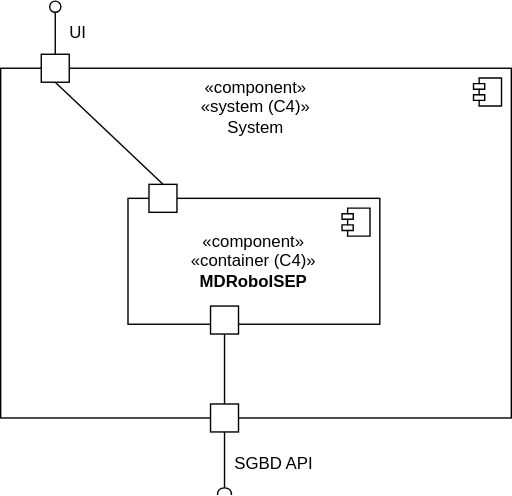
Before: docs/N2/VL.svg, a diagram exported from draw.io (SEM5PI2324G58/sem5pi_g58_23_24). Source tidied: cells renumbered, new cells last; positions are measured from the earlier drawing's top-left corner, leaving out a move shared by most shapes.
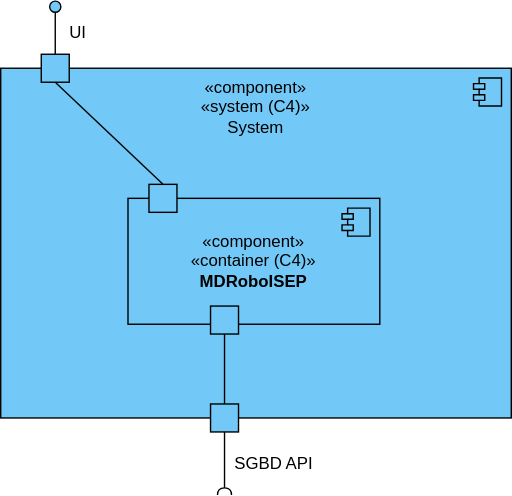
Above is the later version.

Change to the diagram source:
```diff
@@ -2,21 +2,21 @@
   <root>
     <mxCell id="0" />
     <mxCell id="1" parent="0" />
-    <mxCell id="2" value="«component»&lt;br&gt;«system (C4)»&lt;br&gt;System" style="html=1;whiteSpace=wrap;verticalAlign=top;" parent="1" vertex="1">
+    <mxCell id="2" value="«component»&lt;br&gt;«system (C4)»&lt;br&gt;System" style="html=1;whiteSpace=wrap;verticalAlign=top;fillColor=#72c9f7;" parent="1" vertex="1">
       <mxGeometry y="48" width="365" height="250" as="geometry" />
     </mxCell>
-    <mxCell id="3" style="shape=module;jettyWidth=8;jettyHeight=4;" parent="2" vertex="1">
+    <mxCell id="3" style="shape=module;jettyWidth=8;jettyHeight=4;fillColor=#72c9f7;" parent="2" vertex="1">
       <mxGeometry x="1" width="20" height="20" relative="1" as="geometry">
         <mxPoint x="-27" y="7" as="offset" />
       </mxGeometry>
     </mxCell>
-    <mxCell id="4" style="html=1;rounded=0;" parent="1" vertex="1">
+    <mxCell id="4" style="html=1;rounded=0;fillColor=#72c9f7;" parent="1" vertex="1">
       <mxGeometry x="29" y="38" width="20" height="20" as="geometry" />
     </mxCell>
     <mxCell id="5" style="endArrow=none;html=1;rounded=0;align=center;verticalAlign=top;endFill=0;labelBackgroundColor=none;endSize=2;" parent="1" edge="1" source="4" target="6">
       <mxGeometry relative="1" as="geometry" />
     </mxCell>
-    <mxCell id="6" style="ellipse;html=1;fontSize=11;align=center;fillColor=none;points=[];verticalAlign=bottom;labelPosition=center;verticalLabelPosition=top;flipH=1;" parent="1" vertex="1">
+    <mxCell id="6" style="ellipse;html=1;fontSize=11;align=center;fillColor=#72c9f7;points=[];verticalAlign=bottom;labelPosition=center;verticalLabelPosition=top;flipH=1;" parent="1" vertex="1">
       <mxGeometry x="35" width="8" height="8" as="geometry" />
     </mxCell>
     <mxCell id="7" style="endArrow=none;html=1;rounded=0;align=center;verticalAlign=top;endFill=0;labelBackgroundColor=none;endSize=2;" parent="1" edge="1" target="8">
@@ -27,7 +27,7 @@
     <mxCell id="8" style="shape=requiredInterface;html=1;fontSize=11;align=center;fillColor=none;points=[];verticalAlign=bottom;labelPosition=center;verticalLabelPosition=top;flipH=1;direction=north;" parent="1" vertex="1">
       <mxGeometry x="155" y="348" width="10" height="5" as="geometry" />
     </mxCell>
-    <mxCell id="9" style="html=1;rounded=0;" parent="1" vertex="1">
+    <mxCell id="9" style="html=1;rounded=0;fillColor=#72c9f7;" parent="1" vertex="1">
       <mxGeometry x="150" y="288" width="20" height="20" as="geometry" />
     </mxCell>
     <mxCell id="10" value="UI" style="text;html=1;align=center;verticalAlign=middle;strokeColor=none;fillColor=none;" parent="1" vertex="1">
@@ -36,18 +36,18 @@
     <mxCell id="11" value="SGBD API" style="text;html=1;align=center;verticalAlign=middle;strokeColor=none;fillColor=none;" parent="1" vertex="1">
       <mxGeometry x="155" y="316" width="80" height="30" as="geometry" />
     </mxCell>
-    <mxCell id="12" value="«component»&lt;br style=&quot;border-color: var(--border-color);&quot;&gt;«container (C4)»&lt;br&gt;&lt;b&gt;MDRoboISEP&lt;/b&gt;" style="html=1;whiteSpace=wrap;" parent="1" vertex="1">
+    <mxCell id="12" value="«component»&lt;br style=&quot;border-color: var(--border-color);&quot;&gt;«container (C4)»&lt;br&gt;&lt;b&gt;MDRoboISEP&lt;/b&gt;" style="html=1;whiteSpace=wrap;fillColor=#72c9f7;" parent="1" vertex="1">
       <mxGeometry x="91" y="141" width="180" height="90" as="geometry" />
     </mxCell>
-    <mxCell id="13" style="shape=module;jettyWidth=8;jettyHeight=4;" parent="12" vertex="1">
+    <mxCell id="13" style="shape=module;jettyWidth=8;jettyHeight=4;fillColor=#72c9f7;" parent="12" vertex="1">
       <mxGeometry x="1" width="20" height="20" relative="1" as="geometry">
         <mxPoint x="-27" y="7" as="offset" />
       </mxGeometry>
     </mxCell>
-    <mxCell id="14" style="html=1;rounded=0;" parent="1" vertex="1">
+    <mxCell id="14" style="html=1;rounded=0;fillColor=#72c9f7;" parent="1" vertex="1">
       <mxGeometry x="106" y="131" width="20" height="20" as="geometry" />
     </mxCell>
-    <mxCell id="15" style="html=1;rounded=0;" parent="1" vertex="1">
+    <mxCell id="15" style="html=1;rounded=0;fillColor=#72c9f7;" parent="1" vertex="1">
       <mxGeometry x="150" y="218" width="20" height="20" as="geometry" />
     </mxCell>
     <mxCell id="16" style="endArrow=none;html=1;rounded=0;entryX=0.5;entryY=1;entryDx=0;entryDy=0;exitX=0.5;exitY=0;exitDx=0;exitDy=0;" parent="1" edge="1" source="14" target="4">
```
